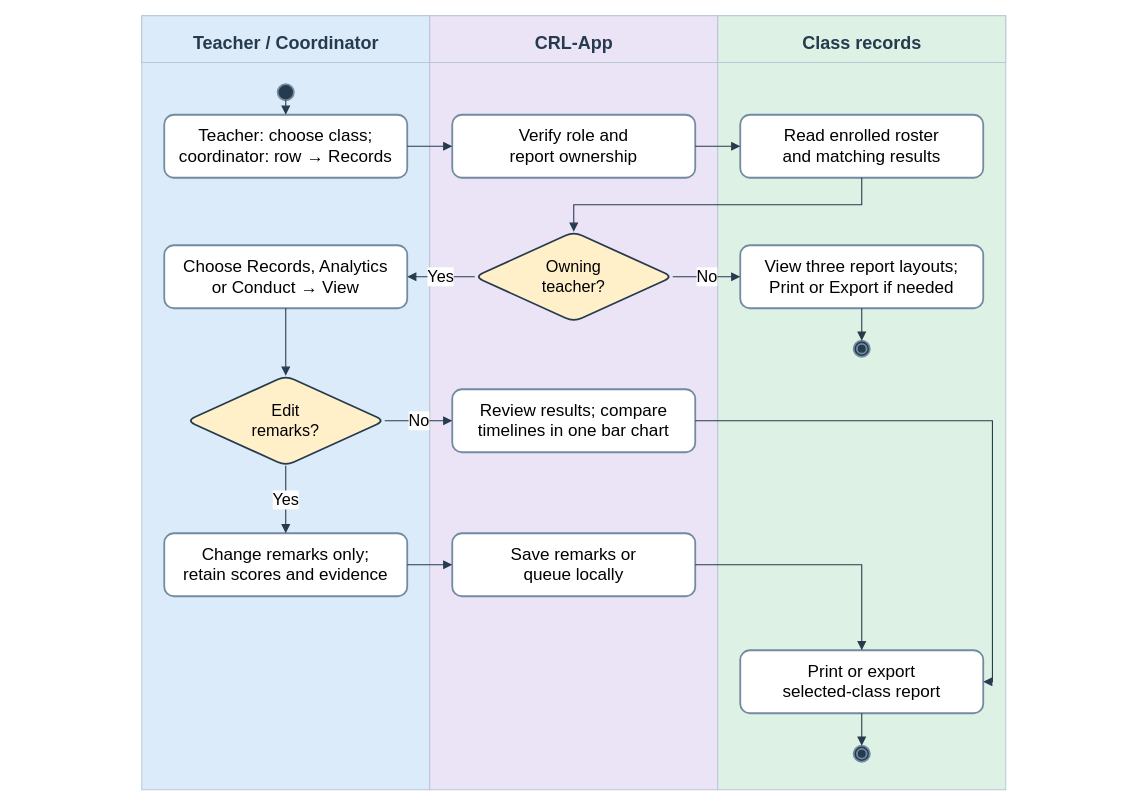
The draw.io diagram docs/diagrams/class-workspaces/figure-16-records-reports.drawio in AkuSayangKamuJudaSayang/crl-app, before the edit. Source tidied: cells renumbered, new cells numbered last; positions are measured from the earlier drawing's top-left corner, leaving out a move shared by most shapes. Both pictures are drawn from the tidied source at 90%, with x=0, y=0 at pixel (15, 15).
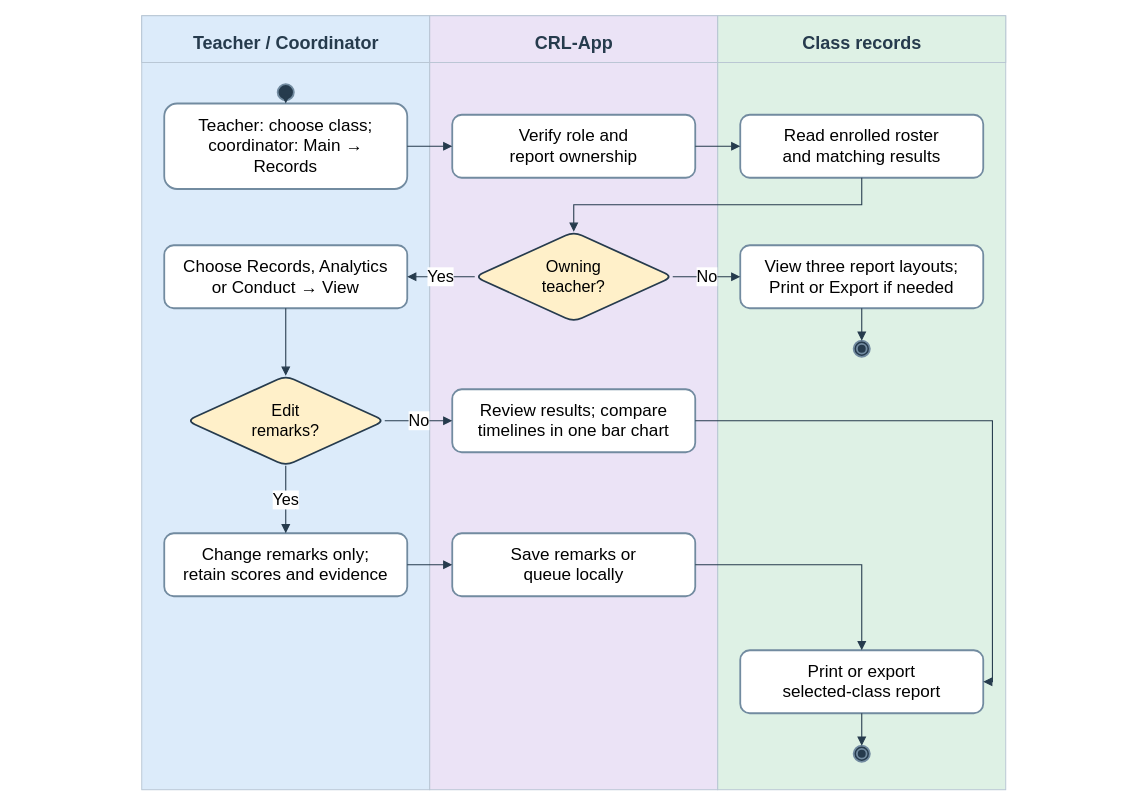
The same page after the edit.

Diff of the diagram source:
```diff
@@
-    <mxCell id="12" value="Teacher: choose class;&lt;br&gt;coordinator: row → Records" style="rounded=1;whiteSpace=wrap;html=1;fontFamily=Arial;fillColor=#ffffff;strokeColor=#728ba0;strokeWidth=2;fontSize=19;" parent="1" vertex="1">
-      <mxGeometry x="165" y="110" width="270" height="70" as="geometry" />
+    <mxCell id="12" value="Teacher: choose class;&lt;br&gt;coordinator: Main →&lt;br&gt;Records" style="rounded=1;whiteSpace=wrap;html=1;fontFamily=Arial;fillColor=#ffffff;strokeColor=#728ba0;strokeWidth=2;fontSize=19;" parent="1" vertex="1">
+      <mxGeometry x="165" y="97.5" width="270" height="95" as="geometry" />
     </mxCell>
```
